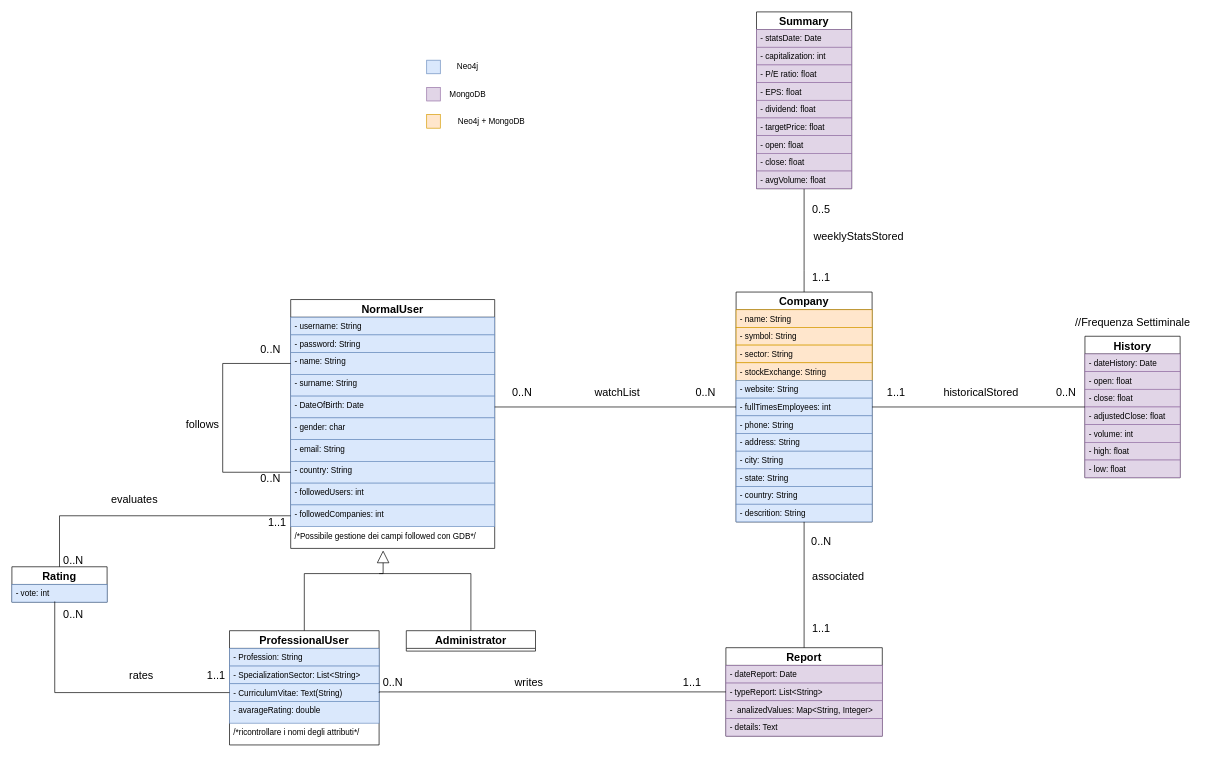
This is page "Page-2" (2 of 2) of Diagrammi/ClassesDiagram.drawio from Matteo-Castrignano/CompaniesDiscoveryApplications, a draw.io file, before an edit. Source tidied: cells renumbered, new cells numbered last; positions are measured from the earlier drawing's top-left corner, leaving out a move shared by most shapes. Both pictures are drawn from the tidied source at 68%, with x=0, y=0 at pixel (12, 12).
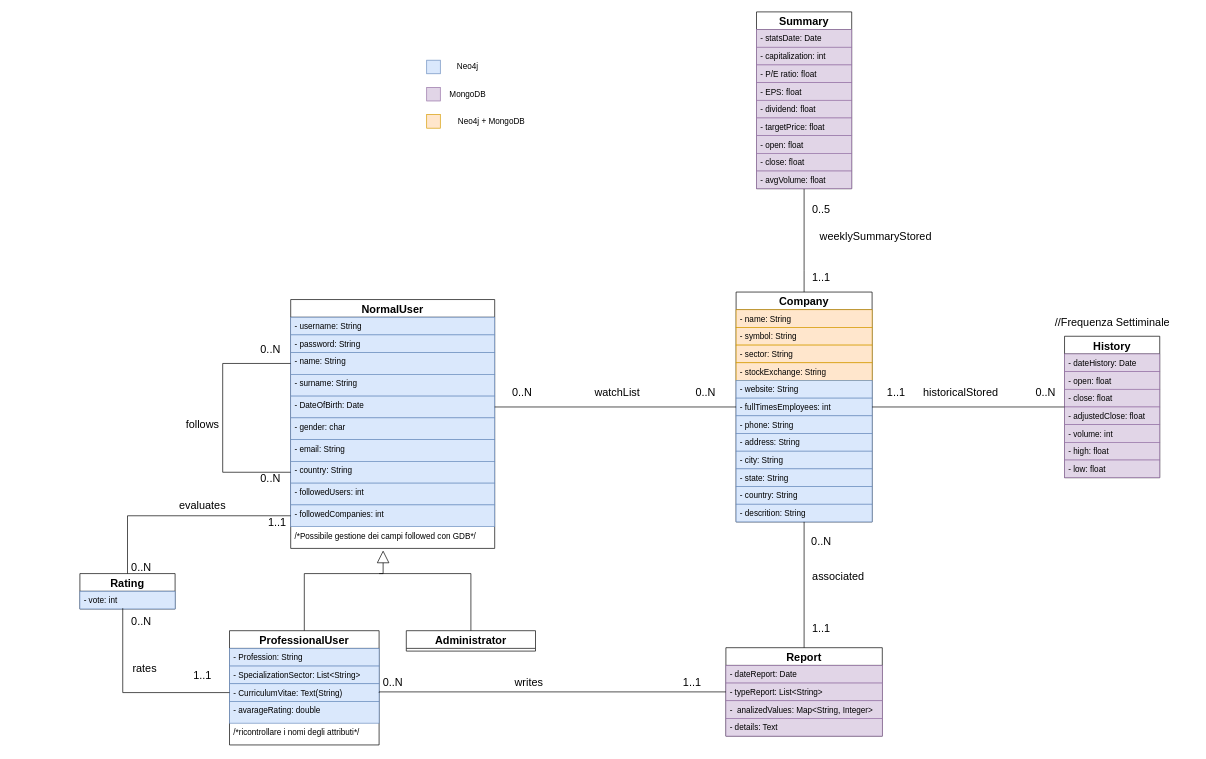
The same diagram, later.

Change to the diagram source:
```diff
@@
     <mxCell id="41" value="History" style="swimlane;fontStyle=1;horizontal=1;startSize=26;fillColor=none;fontSize=16;" parent="1" vertex="1">
-      <mxGeometry x="1578" y="477" width="140" height="208" as="geometry" />
+      <mxGeometry x="1548" y="477" width="140" height="208" as="geometry" />
     </mxCell>
@@
     <mxCell id="50" value="0..N" style="text;html=1;align=center;verticalAlign=middle;fontSize=16;" parent="1" vertex="1">
-      <mxGeometry x="1530" y="550" width="40" height="20" as="geometry" />
+      <mxGeometry x="1500" y="550" width="40" height="20" as="geometry" />
     </mxCell>
     <mxCell id="51" value="historicalStored" style="text;html=1;align=center;verticalAlign=middle;fontSize=16;" parent="1" vertex="1">
-      <mxGeometry x="1360" y="550" width="130" height="20" as="geometry" />
+      <mxGeometry x="1330" y="550" width="130" height="20" as="geometry" />
     </mxCell>
@@
     <mxCell id="62" value="//Frequenza Settiminale" style="text;html=1;align=center;verticalAlign=middle;fontSize=16;" parent="1" vertex="1">
-      <mxGeometry x="1558" y="446" width="180" height="20" as="geometry" />
+      <mxGeometry x="1528" y="446" width="180" height="20" as="geometry" />
     </mxCell>
@@
-    <mxCell id="65" value="weeklyStatsStored" style="text;html=1;align=center;verticalAlign=middle;fontSize=16;" parent="1" vertex="1">
-      <mxGeometry x="1170" y="320" width="150" height="20" as="geometry" />
+    <mxCell id="65" value="weeklySummaryStored" style="text;html=1;align=center;verticalAlign=middle;fontSize=16;" parent="1" vertex="1">
+      <mxGeometry x="1180" y="320" width="180" height="20" as="geometry" />
     </mxCell>
@@
     <mxCell id="69" value="Rating" style="swimlane;fontStyle=1;horizontal=1;startSize=26;fillColor=none;fontSize=16;" parent="1" vertex="1">
-      <mxGeometry y="816" width="140" height="52" as="geometry" />
+      <mxGeometry x="100" y="826" width="140" height="52" as="geometry" />
     </mxCell>
@@
     <mxCell id="73" value="evaluates" style="text;html=1;align=center;verticalAlign=middle;fontSize=16;" parent="1" vertex="1">
-      <mxGeometry x="140" y="706" width="80" height="20" as="geometry" />
+      <mxGeometry x="240" y="716" width="80" height="20" as="geometry" />
     </mxCell>
     <mxCell id="74" value="rates" style="text;html=1;align=center;verticalAlign=middle;fontSize=16;" parent="1" vertex="1">
-      <mxGeometry x="165" y="966" width="50" height="20" as="geometry" />
+      <mxGeometry x="170" y="955" width="50" height="20" as="geometry" />
     </mxCell>
     <mxCell id="75" value="0..N" style="text;html=1;align=center;verticalAlign=middle;fontSize=16;" parent="1" vertex="1">
-      <mxGeometry x="70" y="796" width="40" height="20" as="geometry" />
+      <mxGeometry x="170" y="806" width="40" height="20" as="geometry" />
     </mxCell>
@@
     <mxCell id="77" value="0..N" style="text;html=1;align=center;verticalAlign=middle;fontSize=16;" parent="1" vertex="1">
-      <mxGeometry x="70" y="876" width="40" height="20" as="geometry" />
+      <mxGeometry x="170" y="886" width="40" height="20" as="geometry" />
     </mxCell>
     <mxCell id="78" value="1..1" style="text;html=1;align=center;verticalAlign=middle;fontSize=16;" parent="1" vertex="1">
-      <mxGeometry x="280" y="966" width="40" height="20" as="geometry" />
+      <mxGeometry x="260" y="965" width="40" height="20" as="geometry" />
     </mxCell>
```
